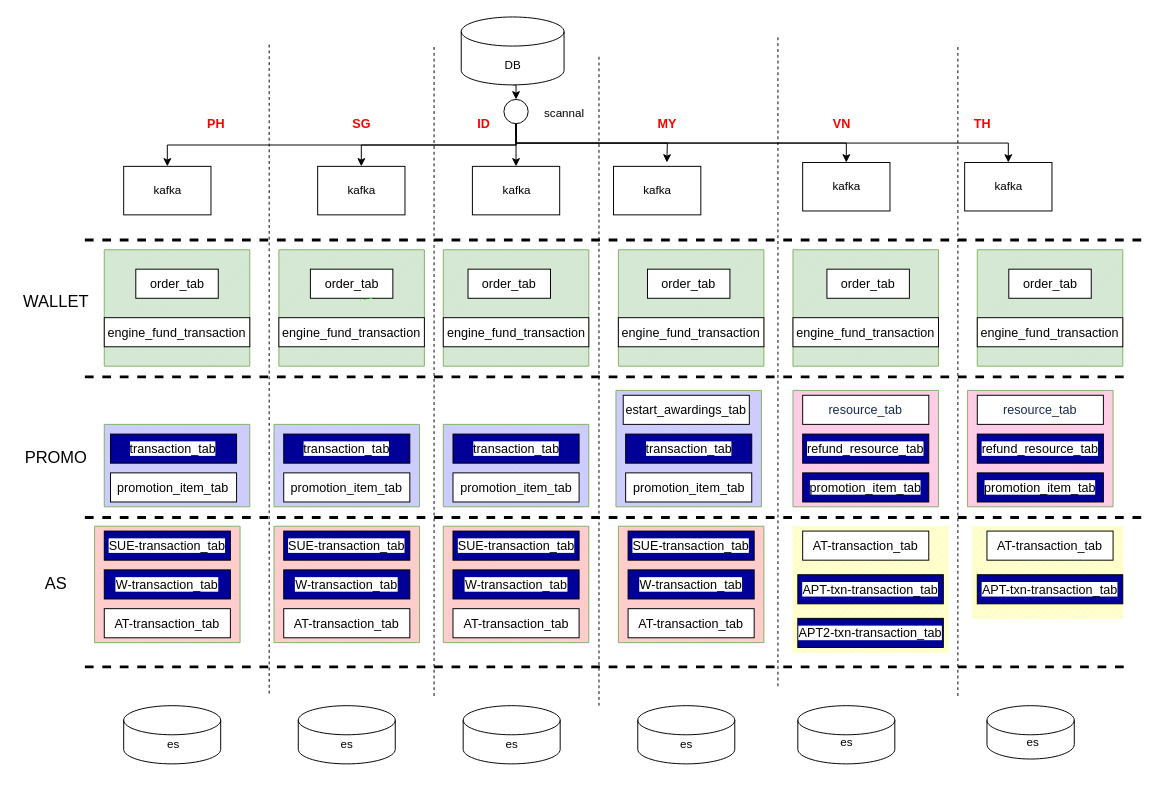
This is Untitled Diagram.drawio from LadyTao/learn, a draw.io file, before an edit. Source tidied: cells renumbered, new cells numbered last; positions are measured from the earlier drawing's top-left corner, leaving out a move shared by most shapes. Both pictures are drawn from the tidied source at 97%, with x=0, y=0 at pixel (16, 16).
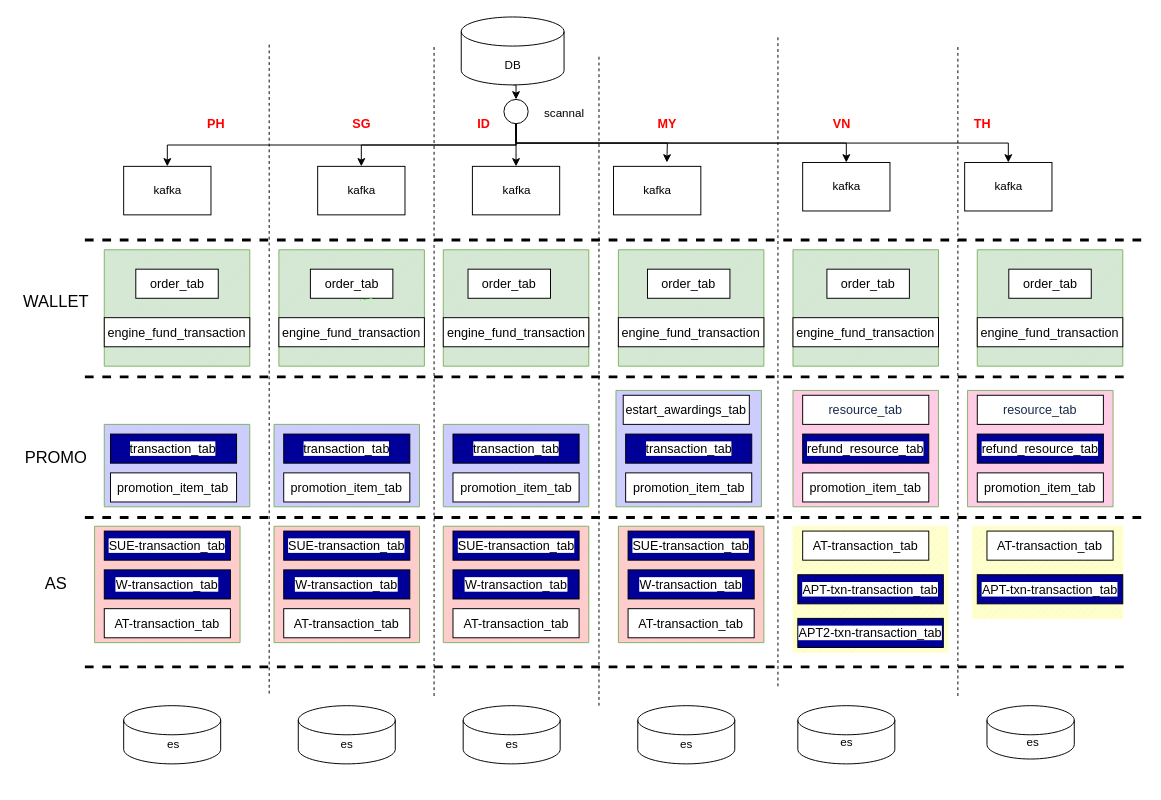
After the change.

Change to the diagram source:
```diff
@@
-    <mxCell id="103" value="&lt;span style=&quot;font-family: Arial; font-size: 13px; text-align: left; background-color: rgb(255, 255, 255);&quot;&gt;promotion_item_tab&lt;/span&gt;" style="rounded=0;whiteSpace=wrap;html=1;fontFamily=Helvetica;fontSize=17;fontColor=#000000;fillColor=#000099;" parent="1" vertex="1">
+    <mxCell id="103" value="&lt;span style=&quot;font-family: Arial; font-size: 13px; text-align: left; background-color: rgb(255, 255, 255);&quot;&gt;promotion_item_tab&lt;/span&gt;" style="rounded=0;whiteSpace=wrap;html=1;fontFamily=Helvetica;fontSize=17;fontColor=#000000;fillColor=#FFFFFF;" parent="1" vertex="1">
       <mxGeometry x="810" y="470" width="130" height="30" as="geometry" />
     </mxCell>
-    <mxCell id="104" value="&lt;span style=&quot;font-family: Arial; font-size: 13px; text-align: left; background-color: rgb(255, 255, 255);&quot;&gt;promotion_item_tab&lt;/span&gt;" style="rounded=0;whiteSpace=wrap;html=1;fontFamily=Helvetica;fontSize=17;fontColor=#000000;fillColor=#000099;" parent="1" vertex="1">
+    <mxCell id="104" value="&lt;span style=&quot;font-family: Arial; font-size: 13px; text-align: left; background-color: rgb(255, 255, 255);&quot;&gt;promotion_item_tab&lt;/span&gt;" style="rounded=0;whiteSpace=wrap;html=1;fontFamily=Helvetica;fontSize=17;fontColor=#000000;fillColor=#FFFFFF;" parent="1" vertex="1">
       <mxGeometry x="990" y="470" width="130" height="30" as="geometry" />
     </mxCell>
```
